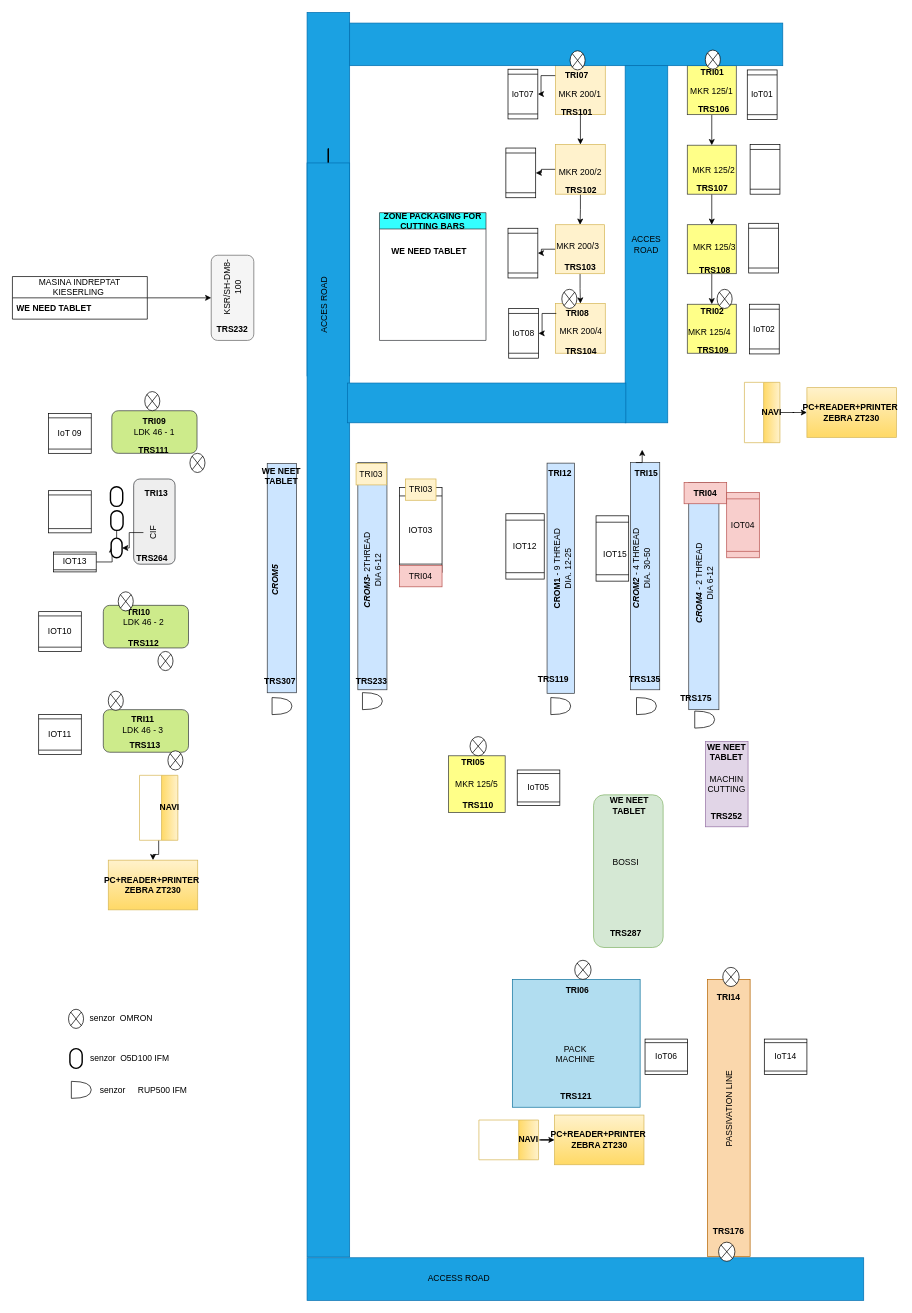
Earlier version of the draw.io diagram page "Page-2" (2 of 2) of Untitled Diagram.drawio (TomaAndreeaCristina/proiect_final). Source tidied: cells renumbered, new cells numbered last; positions are measured from the earlier drawing's top-left corner, leaving out a move shared by most shapes. Both pictures are drawn from the tidied source at 71%, with x=0, y=0 at pixel (-219, 23).
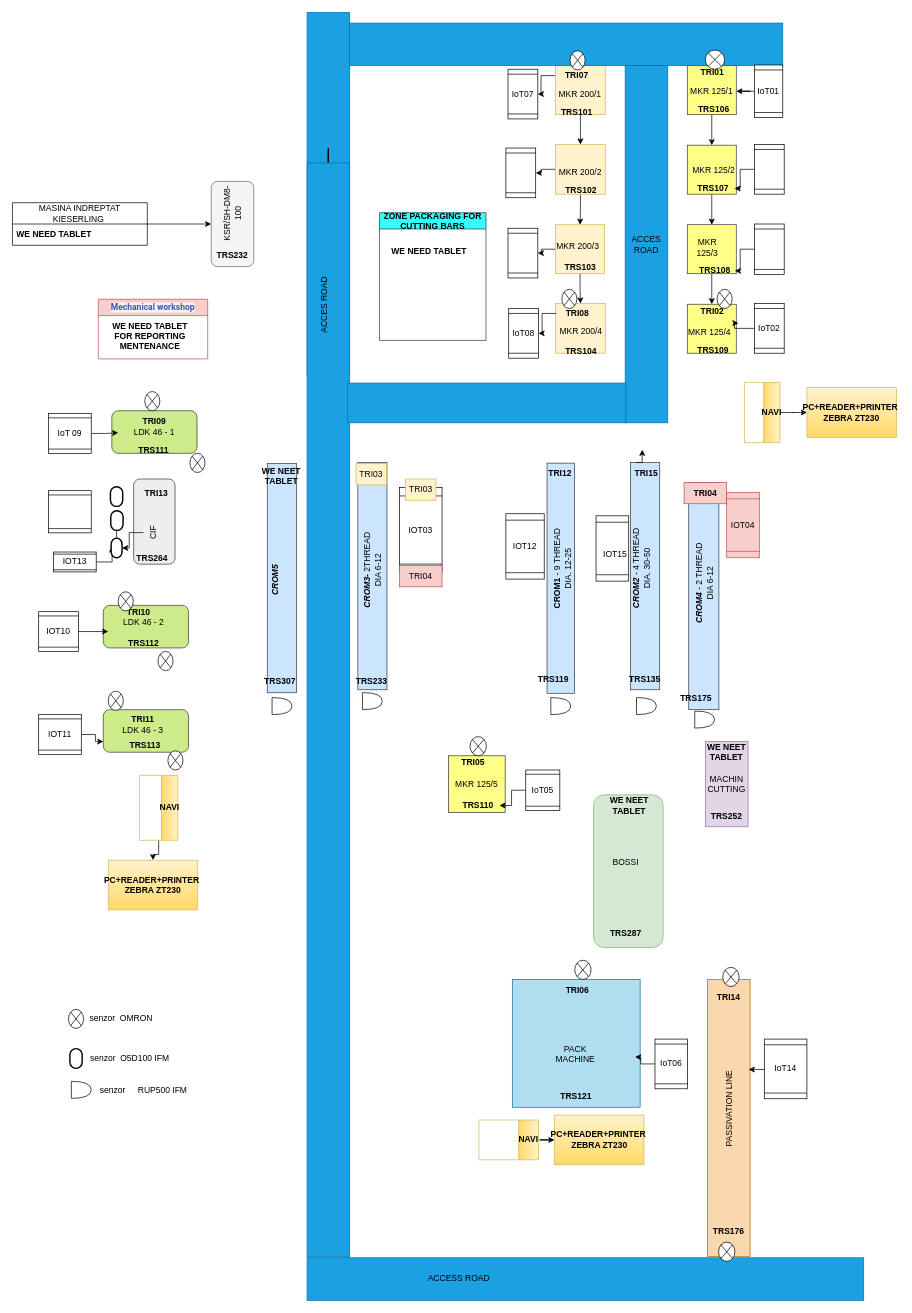
The same page after the edit.

The change refers to these unchanged cells:
```xml
<mxCell id="19" style="whiteSpace=wrap;html=1;fillColor=#ffff88;strokeColor=#36393d;" parent="1" vertex="1">
  <mxGeometry x="1275.5" y="396" width="69" height="69" as="geometry" />
</mxCell>
<mxCell id="31" value="MKR 125/1" style="text;html=1;align=center;verticalAlign=middle;whiteSpace=wrap;rounded=0;" parent="1" vertex="1">
  <mxGeometry x="1274.5" y="81" width="70" height="30" as="geometry" />
</mxCell>
<mxCell id="35" style="rounded=1;whiteSpace=wrap;html=1;fillColor=#cdeb8b;strokeColor=#36393d;" parent="1" vertex="1">
  <mxGeometry x="453" y="967" width="120" height="60" as="geometry" />
</mxCell>
<mxCell id="79" style="rounded=0;whiteSpace=wrap;html=1;direction=south;fillColor=#fad7ac;strokeColor=#b46504;" parent="1" vertex="1">
  <mxGeometry x="1304" y="1347" width="60" height="390" as="geometry" />
</mxCell>
<mxCell id="88" value="&lt;b&gt;TRS110&lt;/b&gt;" style="text;html=1;whiteSpace=wrap;strokeColor=none;fillColor=none;align=center;verticalAlign=middle;rounded=0;" parent="1" vertex="1">
  <mxGeometry x="951" y="1087" width="60" height="30" as="geometry" />
</mxCell>
<mxCell id="95" value="&lt;b&gt;TRS108&lt;/b&gt;" style="text;html=1;whiteSpace=wrap;strokeColor=none;fillColor=none;align=center;verticalAlign=middle;rounded=0;" parent="1" vertex="1">
  <mxGeometry x="1285.5" y="334" width="57" height="30" as="geometry" />
</mxCell>
<mxCell id="130" value="IoT 09" style="shape=process;whiteSpace=wrap;html=1;backgroundOutline=1;direction=south;" parent="1" vertex="1">
  <mxGeometry x="376" y="550" width="60" height="56" as="geometry" />
</mxCell>
<mxCell id="135" value="IOT11" style="shape=process;whiteSpace=wrap;html=1;backgroundOutline=1;direction=south;" parent="1" vertex="1">
  <mxGeometry x="362" y="974" width="60" height="56" as="geometry" />
</mxCell>
```

Diff of the diagram source:
```diff
@@
     <mxCell id="2" style="rounded=1;whiteSpace=wrap;html=1;rotation=90;fillColor=#f5f5f5;fontColor=#333333;strokeColor=#666666;" parent="1" vertex="1">
-      <mxGeometry x="575" y="357" width="120" height="60" as="geometry" />
+      <mxGeometry x="575" y="253" width="120" height="60" as="geometry" />
     </mxCell>
@@
     <mxCell id="22" value="KSR/SH-DM8-100" style="text;html=1;align=center;verticalAlign=middle;whiteSpace=wrap;rounded=0;rotation=-90;" parent="1" vertex="1">
-      <mxGeometry x="590" y="357" width="90" height="30" as="geometry" />
+      <mxGeometry x="590" y="253" width="90" height="30" as="geometry" />
     </mxCell>
@@
     <mxCell id="24" value="MASINA INDREPTAT KIESERLING&amp;nbsp;" style="swimlane;fontStyle=0;horizontal=1;startSize=30;whiteSpace=wrap;html=1;" parent="1" vertex="1">
-      <mxGeometry x="325" y="357" width="190" height="60" as="geometry" />
+      <mxGeometry x="325" y="253" width="190" height="60" as="geometry" />
     </mxCell>
@@
     <mxCell id="33" value="MKR 125/3" style="text;html=1;align=center;verticalAlign=middle;whiteSpace=wrap;rounded=0;" parent="1" vertex="1">
-      <mxGeometry x="1278.5" y="301" width="70" height="30" as="geometry" />
+      <mxGeometry x="1278.5" y="301" width="49.5" height="30" as="geometry" />
     </mxCell>
@@
     <mxCell id="92" value="&lt;b&gt;TRS232&lt;/b&gt;" style="text;html=1;whiteSpace=wrap;strokeColor=none;fillColor=none;align=center;verticalAlign=middle;rounded=0;" parent="1" vertex="1">
-      <mxGeometry x="605" y="417" width="60" height="30" as="geometry" />
+      <mxGeometry x="605" y="313" width="60" height="30" as="geometry" />
     </mxCell>
@@
     <mxCell id="94" value="&lt;b&gt;TRS107&lt;/b&gt;" style="text;html=1;whiteSpace=wrap;strokeColor=none;fillColor=none;align=center;verticalAlign=middle;rounded=0;" parent="1" vertex="1">
-      <mxGeometry x="1280.5" y="218" width="60" height="30" as="geometry" />
+      <mxGeometry x="1280.5" y="218" width="61.5" height="30" as="geometry" />
     </mxCell>
@@
+    <mxCell id="181" style="edgeStyle=orthogonalEdgeStyle;rounded=0;jettySize=auto;html=1;entryX=1.045;entryY=0.386;entryDx=0;entryDy=0;entryPerimeter=0;" parent="1" edge="1" source="126" target="19">
+      <mxGeometry relative="1" as="geometry">
+        <Array as="points">
+          <mxPoint x="1342" y="430" />
+          <mxPoint x="1342" y="423" />
+        </Array>
+      </mxGeometry>
+    </mxCell>
     <mxCell id="126" value="IoT02" style="shape=process;whiteSpace=wrap;html=1;backgroundOutline=1;direction=south;" parent="1" vertex="1">
-      <mxGeometry x="1363" y="396" width="42" height="70" as="geometry" />
+      <mxGeometry x="1370" y="395" width="42" height="70" as="geometry" />
     </mxCell>
+    <mxCell id="182" style="edgeStyle=orthogonalEdgeStyle;rounded=0;jettySize=auto;html=1;" parent="1" edge="1" source="127" target="95">
+      <mxGeometry relative="1" as="geometry" />
+    </mxCell>
     <mxCell id="127" style="shape=process;whiteSpace=wrap;html=1;backgroundOutline=1;direction=south;" parent="1" vertex="1">
-      <mxGeometry x="1362" y="282" width="42" height="70" as="geometry" />
+      <mxGeometry x="1370" y="283" width="42" height="71" as="geometry" />
     </mxCell>
+    <mxCell id="183" style="edgeStyle=orthogonalEdgeStyle;rounded=0;jettySize=auto;html=1;" parent="1" edge="1" source="128" target="94">
+      <mxGeometry relative="1" as="geometry" />
+    </mxCell>
     <mxCell id="128" style="shape=process;whiteSpace=wrap;html=1;backgroundOutline=1;direction=south;" parent="1" vertex="1">
-      <mxGeometry x="1364" y="171" width="42" height="70" as="geometry" />
+      <mxGeometry x="1370" y="171" width="42" height="70" as="geometry" />
     </mxCell>
+    <mxCell id="184" style="edgeStyle=orthogonalEdgeStyle;rounded=0;jettySize=auto;html=1;entryX=1;entryY=0.5;entryDx=0;entryDy=0;" parent="1" edge="1" source="129" target="31">
+      <mxGeometry relative="1" as="geometry" />
+    </mxCell>
     <mxCell id="129" value="IoT01" style="shape=process;whiteSpace=wrap;html=1;backgroundOutline=1;direction=south;" parent="1" vertex="1">
-      <mxGeometry x="1360" y="66" width="42" height="70" as="geometry" />
+      <mxGeometry x="1370" y="59" width="40" height="74" as="geometry" />
     </mxCell>
+    <mxCell id="185" style="edgeStyle=orthogonalEdgeStyle;rounded=0;jettySize=auto;html=1;" parent="1" edge="1" source="130">
+      <mxGeometry relative="1" as="geometry">
+        <mxPoint x="474" y="577" as="targetPoint" />
+      </mxGeometry>
+    </mxCell>
@@
+    <mxCell id="186" style="edgeStyle=orthogonalEdgeStyle;rounded=0;jettySize=auto;html=1;" parent="1" edge="1" source="134">
+      <mxGeometry relative="1" as="geometry">
+        <mxPoint x="460" y="857" as="targetPoint" />
+      </mxGeometry>
+    </mxCell>
     <mxCell id="134" value="IOT10" style="shape=process;whiteSpace=wrap;html=1;backgroundOutline=1;direction=south;" parent="1" vertex="1">
-      <mxGeometry x="362" y="829" width="60" height="56" as="geometry" />
+      <mxGeometry x="362" y="829" width="56" height="56" as="geometry" />
     </mxCell>
+    <mxCell id="187" style="edgeStyle=orthogonalEdgeStyle;rounded=0;jettySize=auto;html=1;entryX=0;entryY=0.75;entryDx=0;entryDy=0;" parent="1" edge="1" source="135" target="35">
+      <mxGeometry relative="1" as="geometry" />
+    </mxCell>
@@
+    <mxCell id="188" style="edgeStyle=orthogonalEdgeStyle;rounded=0;jettySize=auto;html=1;" parent="1" edge="1" source="138" target="88">
+      <mxGeometry relative="1" as="geometry" />
+    </mxCell>
     <mxCell id="138" value="IoT05" style="shape=process;whiteSpace=wrap;html=1;backgroundOutline=1;direction=south;" parent="1" vertex="1">
-      <mxGeometry x="1036" y="1052" width="60" height="50" as="geometry" />
+      <mxGeometry x="1048" y="1052" width="48" height="57" as="geometry" />
     </mxCell>
@@
+    <mxCell id="189" style="edgeStyle=orthogonalEdgeStyle;rounded=0;jettySize=auto;html=1;" parent="1" edge="1" source="142">
+      <mxGeometry relative="1" as="geometry">
+        <mxPoint x="1202" y="1456" as="targetPoint" />
+      </mxGeometry>
+    </mxCell>
     <mxCell id="142" value="IoT06" style="shape=process;whiteSpace=wrap;html=1;backgroundOutline=1;direction=south;" parent="1" vertex="1">
-      <mxGeometry x="1216" y="1431" width="60" height="50" as="geometry" />
+      <mxGeometry x="1230" y="1431" width="46" height="70" as="geometry" />
     </mxCell>
     <mxCell id="143" value="IoT14" style="shape=process;whiteSpace=wrap;html=1;backgroundOutline=1;direction=south;" parent="1" vertex="1">
-      <mxGeometry x="1384" y="1431" width="60" height="50" as="geometry" />
+      <mxGeometry x="1384" y="1431" width="60" height="84" as="geometry" />
     </mxCell>
@@
     <mxCell id="153" style="verticalLabelPosition=bottom;verticalAlign=top;html=1;shape=mxgraph.flowchart.or;" parent="1" vertex="1">
-      <mxGeometry x="1300.9" y="38" width="21.2" height="27" as="geometry" />
+      <mxGeometry x="1300.9" y="38" width="27.1" height="27" as="geometry" />
     </mxCell>
@@
+    <mxCell id="190" value="&lt;span style=&quot;color: rgb(60, 81, 180); font-family: Roboto, Helvetica, sans-serif; text-align: start; white-space-collapse: preserve; background-color: rgb(248, 244, 241);&quot;&gt;&lt;font&gt;Mechanical workshop&lt;/font&gt;&lt;/span&gt;" style="swimlane;whiteSpace=wrap;html=1;fillColor=#f8cecc;strokeColor=#b85450;" parent="1" vertex="1">
+      <mxGeometry x="446" y="389" width="154" height="84" as="geometry" />
+    </mxCell>
+    <mxCell id="191" value="&lt;span style=&quot;text-align: left;&quot;&gt;&lt;b&gt;WE NEED TABLET FOR REPORTING MENTENANCE&lt;/b&gt;&lt;/span&gt;" style="text;html=1;align=center;verticalAlign=middle;whiteSpace=wrap;rounded=0;" parent="190" vertex="1">
+      <mxGeometry x="8" y="37" width="130" height="30" as="geometry" />
+    </mxCell>
+    <mxCell id="192" style="edgeStyle=orthogonalEdgeStyle;rounded=0;jettySize=auto;html=1;entryX=0.325;entryY=0.033;entryDx=0;entryDy=0;entryPerimeter=0;" parent="1" edge="1" source="143" target="79">
+      <mxGeometry relative="1" as="geometry">
+        <Array as="points">
+          <mxPoint x="1364" y="1473" />
+        </Array>
+      </mxGeometry>
+    </mxCell>
```
